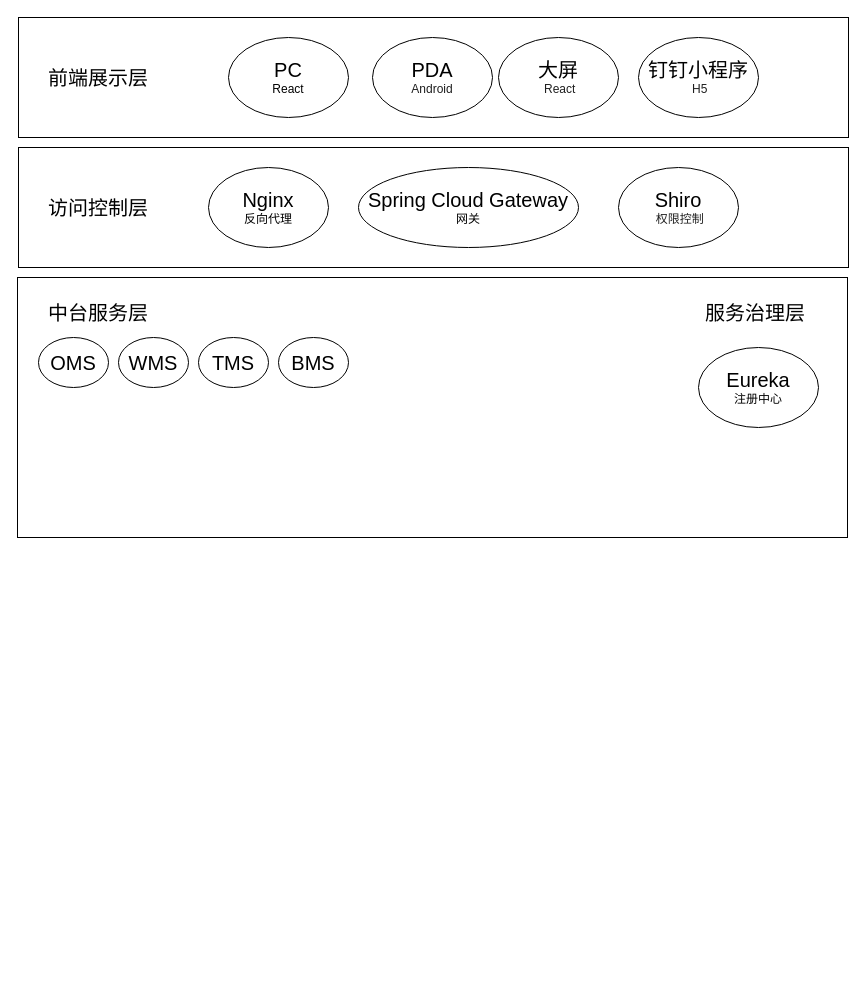
Before: diagrams/百丽技术架构.drawio in libo9527/static, a draw.io diagram. Source tidied: cells renumbered, new cells numbered last; positions are measured from the earlier drawing's top-left corner, leaving out a move shared by most shapes. Both pictures are drawn from the tidied source at 100%, with x=0, y=0 at pixel (17, 17).
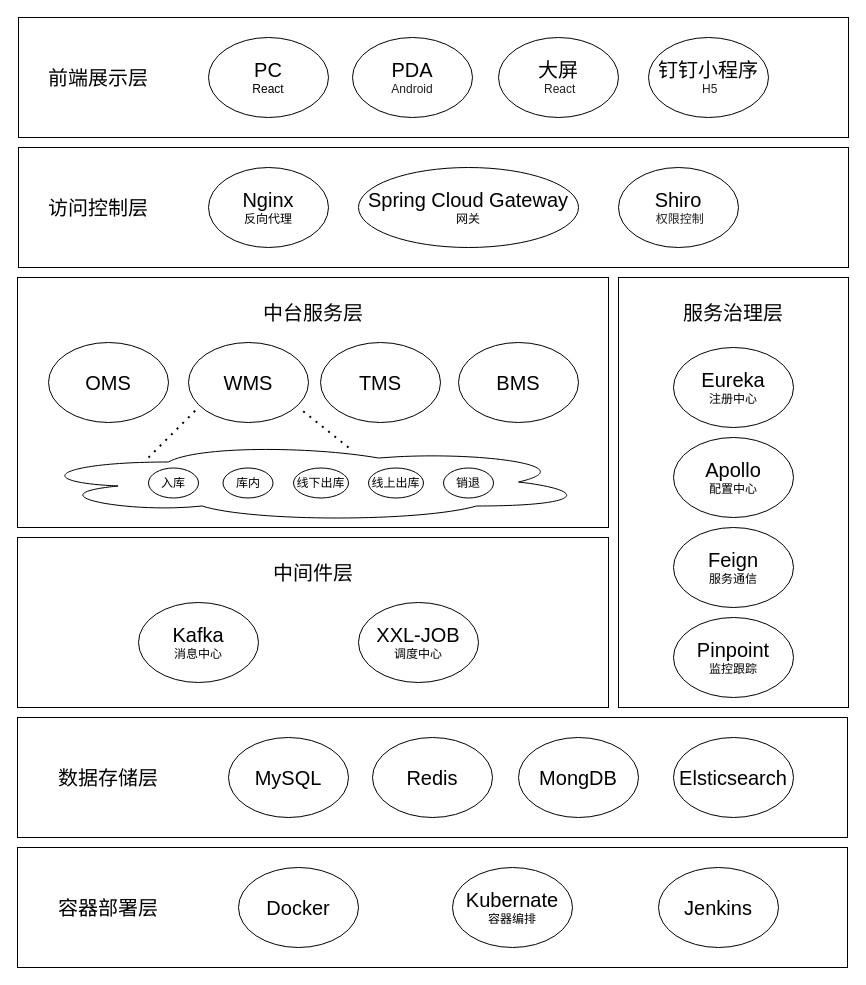
The same diagram, later.

Commit message (it also covers changes not shown here):
更新百丽技术架构.drawio

Change to the diagram source:
```diff
@@
+    <mxCell id="21" style="rounded=0;whiteSpace=wrap;html=1;" parent="1" vertex="1">
+      <mxGeometry y="520" width="591" height="170" as="geometry" />
+    </mxCell>
+    <mxCell id="22" style="rounded=0;whiteSpace=wrap;html=1;" parent="1" vertex="1">
+      <mxGeometry x="601" y="260" width="230" height="430" as="geometry" />
+    </mxCell>
@@
     <mxCell id="4" value="&lt;font style=&quot;font-size: 20px;&quot;&gt;PC&lt;/font&gt;&lt;div&gt;React&lt;/div&gt;" style="ellipse;whiteSpace=wrap;html=1;" parent="1" vertex="1">
-      <mxGeometry x="211" y="20" width="120" height="80" as="geometry" />
+      <mxGeometry x="191" y="20" width="120" height="80" as="geometry" />
     </mxCell>
     <mxCell id="5" value="&lt;font style=&quot;font-size: 20px;&quot;&gt;PDA&lt;/font&gt;&lt;div&gt;&lt;span style=&quot;color: rgb(31, 31, 31); font-family: Arial, sans-serif; text-align: start; background-color: rgb(255, 255, 255);&quot;&gt;&lt;font&gt;Android&lt;/font&gt;&lt;/span&gt;&lt;/div&gt;" style="ellipse;whiteSpace=wrap;html=1;" parent="1" vertex="1">
-      <mxGeometry x="355" y="20" width="120" height="80" as="geometry" />
+      <mxGeometry x="335" y="20" width="120" height="80" as="geometry" />
     </mxCell>
@@
     <mxCell id="7" value="&lt;span style=&quot;font-size: 20px;&quot;&gt;钉钉小程序&lt;/span&gt;&lt;br&gt;&lt;div&gt;&lt;span style=&quot;color: rgb(31, 31, 31); font-family: Arial, sans-serif; text-align: start; background-color: rgb(255, 255, 255);&quot;&gt;&lt;font&gt;&amp;nbsp;H5&lt;/font&gt;&lt;/span&gt;&lt;/div&gt;" style="ellipse;whiteSpace=wrap;html=1;" parent="1" vertex="1">
-      <mxGeometry x="621" y="20" width="120" height="80" as="geometry" />
+      <mxGeometry x="631" y="20" width="120" height="80" as="geometry" />
     </mxCell>
@@
     <mxCell id="13" style="rounded=0;whiteSpace=wrap;html=1;" parent="1" vertex="1">
-      <mxGeometry y="260" width="830" height="260" as="geometry" />
+      <mxGeometry y="260" width="591" height="250" as="geometry" />
     </mxCell>
     <mxCell id="14" value="&lt;font style=&quot;font-size: 20px;&quot;&gt;服务治理层&lt;/font&gt;" style="text;html=1;align=center;verticalAlign=middle;whiteSpace=wrap;rounded=0;" parent="1" vertex="1">
-      <mxGeometry x="678" y="280" width="120" height="30" as="geometry" />
+      <mxGeometry x="656" y="280" width="120" height="30" as="geometry" />
     </mxCell>
     <mxCell id="15" value="&lt;font style=&quot;font-size: 20px;&quot;&gt;中台服务层&lt;/font&gt;" style="text;html=1;align=center;verticalAlign=middle;whiteSpace=wrap;rounded=0;" parent="1" vertex="1">
-      <mxGeometry x="21" y="280" width="120" height="30" as="geometry" />
+      <mxGeometry x="235.5" y="280" width="120" height="30" as="geometry" />
     </mxCell>
+    <mxCell id="20" value="&lt;span style=&quot;font-size: 20px;&quot;&gt;Eureka&lt;/span&gt;&lt;br&gt;&lt;div&gt;注册中心&lt;/div&gt;" style="ellipse;whiteSpace=wrap;html=1;" parent="1" vertex="1">
+      <mxGeometry x="656" y="330" width="120" height="80" as="geometry" />
+    </mxCell>
+    <mxCell id="23" value="&lt;span style=&quot;font-size: 20px;&quot;&gt;Apollo&lt;/span&gt;&lt;br&gt;&lt;div&gt;配置中心&lt;/div&gt;" style="ellipse;whiteSpace=wrap;html=1;" parent="1" vertex="1">
+      <mxGeometry x="656" y="420" width="120" height="80" as="geometry" />
+    </mxCell>
+    <mxCell id="24" value="&lt;span style=&quot;font-size: 20px;&quot;&gt;Kafka&lt;/span&gt;&lt;br&gt;&lt;div&gt;消息中心&lt;/div&gt;" style="ellipse;whiteSpace=wrap;html=1;" parent="1" vertex="1">
+      <mxGeometry x="121" y="585" width="120" height="80" as="geometry" />
+    </mxCell>
+    <mxCell id="25" value="&lt;span style=&quot;font-size: 20px;&quot;&gt;Pinpoint&lt;/span&gt;&lt;br&gt;&lt;div&gt;监控跟踪&lt;/div&gt;" style="ellipse;whiteSpace=wrap;html=1;" parent="1" vertex="1">
+      <mxGeometry x="656" y="600" width="120" height="80" as="geometry" />
+    </mxCell>
+    <mxCell id="26" value="&lt;font style=&quot;font-size: 20px;&quot;&gt;中间件层&lt;/font&gt;" style="text;html=1;align=center;verticalAlign=middle;whiteSpace=wrap;rounded=0;" parent="1" vertex="1">
+      <mxGeometry x="235.5" y="540" width="120" height="30" as="geometry" />
+    </mxCell>
+    <mxCell id="27" value="&lt;span style=&quot;font-size: 20px;&quot;&gt;XXL-JOB&lt;/span&gt;&lt;br&gt;&lt;div&gt;调度中心&lt;/div&gt;" style="ellipse;whiteSpace=wrap;html=1;" parent="1" vertex="1">
+      <mxGeometry x="341" y="585" width="120" height="80" as="geometry" />
+    </mxCell>
+    <mxCell id="28" value="&lt;span style=&quot;font-size: 20px;&quot;&gt;Feign&lt;/span&gt;&lt;br&gt;&lt;div&gt;服务通信&lt;/div&gt;" style="ellipse;whiteSpace=wrap;html=1;" parent="1" vertex="1">
+      <mxGeometry x="656" y="510" width="120" height="80" as="geometry" />
+    </mxCell>
+    <mxCell id="19" value="&lt;span style=&quot;font-size: 20px;&quot;&gt;BMS&lt;/span&gt;" style="ellipse;whiteSpace=wrap;html=1;" parent="1" vertex="1">
+      <mxGeometry x="441" y="325" width="120" height="80" as="geometry" />
+    </mxCell>
+    <mxCell id="18" value="&lt;span style=&quot;font-size: 20px;&quot;&gt;TMS&lt;/span&gt;" style="ellipse;whiteSpace=wrap;html=1;" parent="1" vertex="1">
+      <mxGeometry x="303" y="325" width="120" height="80" as="geometry" />
+    </mxCell>
+    <mxCell id="17" value="&lt;span style=&quot;font-size: 20px;&quot;&gt;WMS&lt;/span&gt;" style="ellipse;whiteSpace=wrap;html=1;" parent="1" vertex="1">
+      <mxGeometry x="171" y="325" width="120" height="80" as="geometry" />
+    </mxCell>
     <mxCell id="16" value="&lt;span style=&quot;font-size: 20px;&quot;&gt;OMS&lt;/span&gt;" style="ellipse;whiteSpace=wrap;html=1;" parent="1" vertex="1">
-      <mxGeometry x="21" y="320" width="70" height="50" as="geometry" />
+      <mxGeometry x="31" y="325" width="120" height="80" as="geometry" />
     </mxCell>
-    <mxCell id="17" value="&lt;span style=&quot;font-size: 20px;&quot;&gt;WMS&lt;/span&gt;" style="ellipse;whiteSpace=wrap;html=1;" parent="1" vertex="1">
-      <mxGeometry x="101" y="320" width="70" height="50" as="geometry" />
-    </mxCell>
-    <mxCell id="18" value="&lt;span style=&quot;font-size: 20px;&quot;&gt;TMS&lt;/span&gt;" style="ellipse;whiteSpace=wrap;html=1;" parent="1" vertex="1">
-      <mxGeometry x="181" y="320" width="70" height="50" as="geometry" />
-    </mxCell>
-    <mxCell id="19" value="&lt;span style=&quot;font-size: 20px;&quot;&gt;BMS&lt;/span&gt;" style="ellipse;whiteSpace=wrap;html=1;" parent="1" vertex="1">
-      <mxGeometry x="261" y="320" width="70" height="50" as="geometry" />
-    </mxCell>
-    <mxCell id="20" value="&lt;span style=&quot;font-size: 20px;&quot;&gt;Eureka&lt;/span&gt;&lt;br&gt;&lt;div&gt;注册中心&lt;/div&gt;" style="ellipse;whiteSpace=wrap;html=1;" parent="1" vertex="1">
-      <mxGeometry x="681" y="330" width="120" height="80" as="geometry" />
-    </mxCell>
+    <mxCell id="29" style="ellipse;shape=cloud;whiteSpace=wrap;html=1;" parent="1" vertex="1">
+      <mxGeometry x="11" y="424.5" width="560" height="80" as="geometry" />
+    </mxCell>
+    <mxCell id="30" value="入库" style="ellipse;whiteSpace=wrap;html=1;" parent="1" vertex="1">
+      <mxGeometry x="131" y="450.5" width="50" height="30" as="geometry" />
+    </mxCell>
+    <mxCell id="31" value="库内" style="ellipse;whiteSpace=wrap;html=1;" parent="1" vertex="1">
+      <mxGeometry x="205.5" y="450.5" width="50" height="30" as="geometry" />
+    </mxCell>
+    <mxCell id="32" value="线下出库" style="ellipse;whiteSpace=wrap;html=1;" parent="1" vertex="1">
+      <mxGeometry x="276" y="450.5" width="55" height="30" as="geometry" />
+    </mxCell>
+    <mxCell id="33" value="线上出库" style="ellipse;whiteSpace=wrap;html=1;" parent="1" vertex="1">
+      <mxGeometry x="351" y="450.5" width="55" height="30" as="geometry" />
+    </mxCell>
+    <mxCell id="34" value="销退" style="ellipse;whiteSpace=wrap;html=1;" parent="1" vertex="1">
+      <mxGeometry x="426" y="450.5" width="50" height="30" as="geometry" />
+    </mxCell>
+    <mxCell id="35" style="endArrow=none;dashed=1;html=1;dashPattern=1 3;strokeWidth=2;rounded=0;" parent="1" edge="1">
+      <mxGeometry relative="1" as="geometry">
+        <mxPoint x="131" y="440" as="sourcePoint" />
+        <mxPoint x="181" y="390" as="targetPoint" />
+      </mxGeometry>
+    </mxCell>
+    <mxCell id="36" style="endArrow=none;dashed=1;html=1;dashPattern=1 3;strokeWidth=2;rounded=0;" parent="1" edge="1">
+      <mxGeometry relative="1" as="geometry">
+        <mxPoint x="331" y="430" as="sourcePoint" />
+        <mxPoint x="281" y="390" as="targetPoint" />
+      </mxGeometry>
+    </mxCell>
+    <mxCell id="37" style="rounded=0;whiteSpace=wrap;html=1;" parent="1" vertex="1">
+      <mxGeometry y="700" width="830" height="120" as="geometry" />
+    </mxCell>
+    <mxCell id="38" value="&lt;font style=&quot;font-size: 20px;&quot;&gt;数据存储层&lt;/font&gt;" style="text;html=1;align=center;verticalAlign=middle;whiteSpace=wrap;rounded=0;" parent="1" vertex="1">
+      <mxGeometry x="31" y="745" width="120" height="30" as="geometry" />
+    </mxCell>
+    <mxCell id="39" value="&lt;span style=&quot;font-size: 20px;&quot;&gt;MySQL&lt;/span&gt;" style="ellipse;whiteSpace=wrap;html=1;" parent="1" vertex="1">
+      <mxGeometry x="211" y="720" width="120" height="80" as="geometry" />
+    </mxCell>
+    <mxCell id="40" value="&lt;span style=&quot;font-size: 20px;&quot;&gt;Redis&lt;/span&gt;" style="ellipse;whiteSpace=wrap;html=1;" parent="1" vertex="1">
+      <mxGeometry x="355" y="720" width="120" height="80" as="geometry" />
+    </mxCell>
+    <mxCell id="41" value="&lt;span style=&quot;font-size: 20px;&quot;&gt;MongDB&lt;/span&gt;" style="ellipse;whiteSpace=wrap;html=1;" parent="1" vertex="1">
+      <mxGeometry x="501" y="720" width="120" height="80" as="geometry" />
+    </mxCell>
+    <mxCell id="42" value="&lt;span style=&quot;font-size: 20px;&quot;&gt;Elsticsearch&lt;/span&gt;" style="ellipse;whiteSpace=wrap;html=1;" parent="1" vertex="1">
+      <mxGeometry x="656" y="720" width="120" height="80" as="geometry" />
+    </mxCell>
+    <mxCell id="43" style="rounded=0;whiteSpace=wrap;html=1;" parent="1" vertex="1">
+      <mxGeometry y="830" width="830" height="120" as="geometry" />
+    </mxCell>
+    <mxCell id="44" value="&lt;font style=&quot;font-size: 20px;&quot;&gt;容器部署层&lt;/font&gt;" style="text;html=1;align=center;verticalAlign=middle;whiteSpace=wrap;rounded=0;" parent="1" vertex="1">
+      <mxGeometry x="31" y="875" width="120" height="30" as="geometry" />
+    </mxCell>
+    <mxCell id="45" value="&lt;span style=&quot;font-size: 20px;&quot;&gt;Docker&lt;/span&gt;" style="ellipse;whiteSpace=wrap;html=1;" parent="1" vertex="1">
+      <mxGeometry x="221" y="850" width="120" height="80" as="geometry" />
+    </mxCell>
+    <mxCell id="46" value="&lt;span style=&quot;font-size: 20px;&quot;&gt;Kubernate&lt;/span&gt;&lt;div&gt;&lt;font&gt;容器编排&lt;/font&gt;&lt;/div&gt;" style="ellipse;whiteSpace=wrap;html=1;" parent="1" vertex="1">
+      <mxGeometry x="435" y="850" width="120" height="80" as="geometry" />
+    </mxCell>
+    <mxCell id="47" value="&lt;span style=&quot;font-size: 20px;&quot;&gt;Jenkins&lt;/span&gt;" style="ellipse;whiteSpace=wrap;html=1;" parent="1" vertex="1">
+      <mxGeometry x="641" y="850" width="120" height="80" as="geometry" />
+    </mxCell>
```
